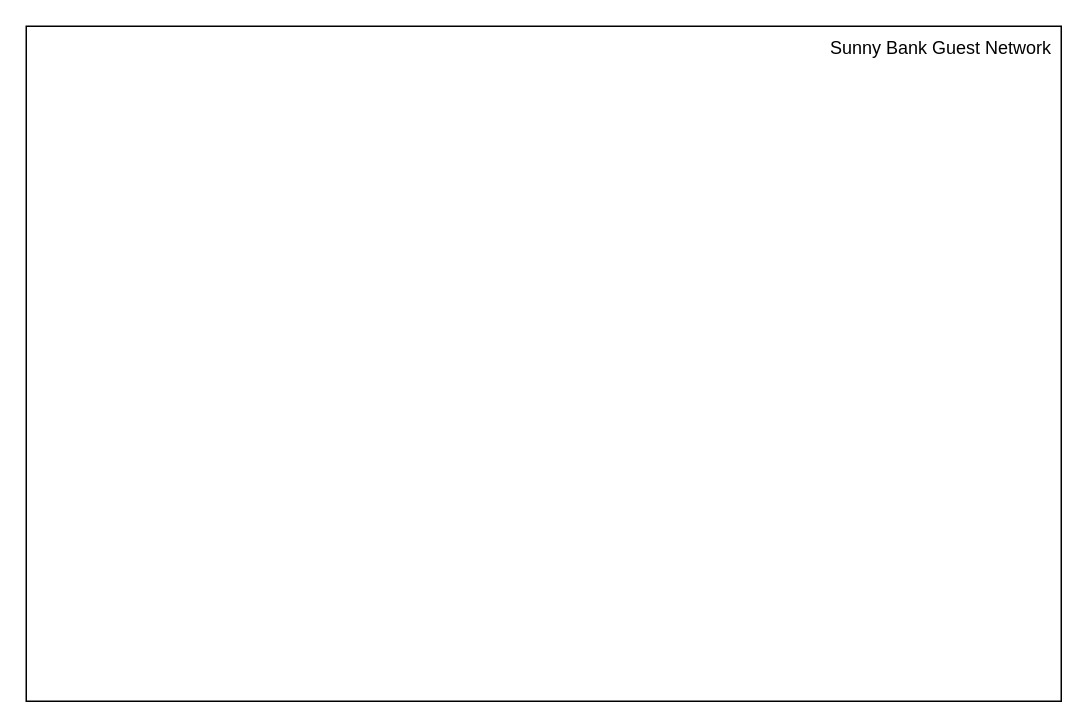
This is EnkoreSmartArch.drawio from kevin3747118/ALZK, a draw.io file, before an edit. Source tidied: cells renumbered, new cells numbered last; positions are measured from the earlier drawing's top-left corner, leaving out a move shared by most shapes. Both pictures are drawn from the tidied source at 150%, with x=0, y=0 at pixel (26, 26).
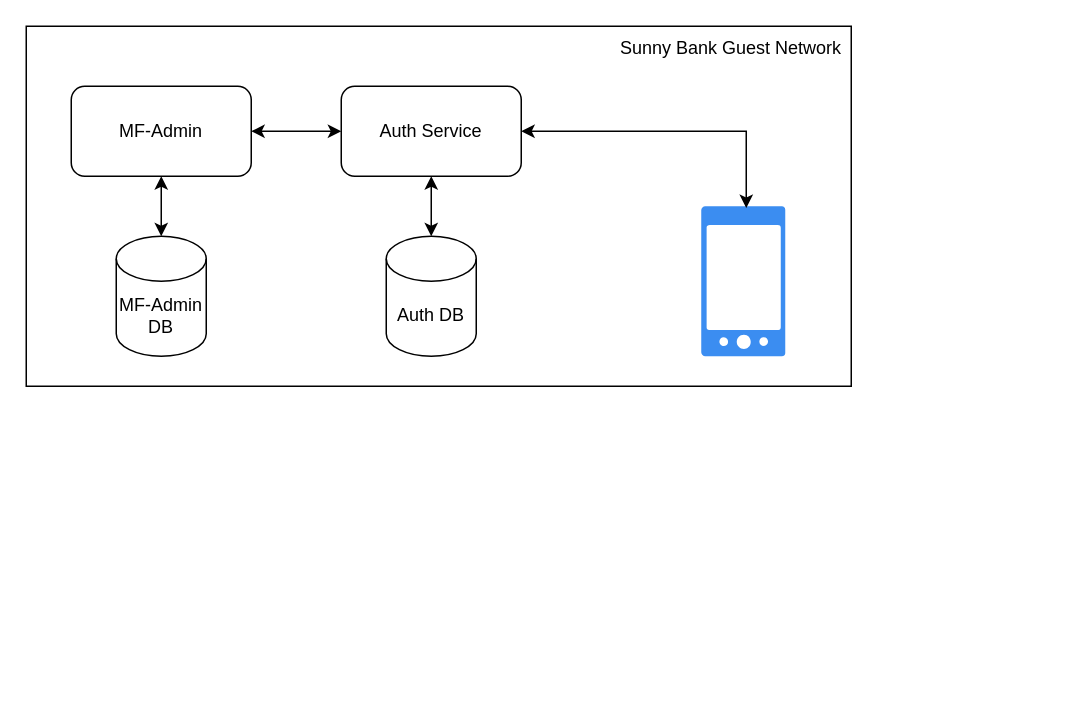
The same diagram, later.

Diff of the diagram source:
```diff
@@
 <mxGraphModel>
   <root>
     <mxCell id="0" />
     <mxCell id="1" parent="0" />
     <mxCell id="2" style="rounded=0;whiteSpace=wrap;html=1;" parent="1" vertex="1">
-      <mxGeometry width="690" height="450" as="geometry" />
+      <mxGeometry width="550" height="240" as="geometry" />
     </mxCell>
     <mxCell id="3" value="Sunny Bank Guest Network" style="text;html=1;align=center;verticalAlign=middle;whiteSpace=wrap;rounded=0;" parent="1" vertex="1">
-      <mxGeometry x="530" width="160" height="30" as="geometry" />
+      <mxGeometry x="390" width="160" height="30" as="geometry" />
     </mxCell>
+    <mxCell id="4" value="MF-Admin" style="rounded=1;whiteSpace=wrap;html=1;" parent="1" vertex="1">
+      <mxGeometry x="30" y="40" width="120" height="60" as="geometry" />
+    </mxCell>
+    <mxCell id="5" value="Auth Service" style="rounded=1;whiteSpace=wrap;html=1;" parent="1" vertex="1">
+      <mxGeometry x="210" y="40" width="120" height="60" as="geometry" />
+    </mxCell>
+    <mxCell id="6" value="MF-Admin DB" style="shape=cylinder3;whiteSpace=wrap;html=1;boundedLbl=1;backgroundOutline=1;size=15;" parent="1" vertex="1">
+      <mxGeometry x="60" y="140" width="60" height="80" as="geometry" />
+    </mxCell>
+    <mxCell id="7" value="Auth DB" style="shape=cylinder3;whiteSpace=wrap;html=1;boundedLbl=1;backgroundOutline=1;size=15;" parent="1" vertex="1">
+      <mxGeometry x="240" y="140" width="60" height="80" as="geometry" />
+    </mxCell>
+    <mxCell id="8" style="endArrow=classic;startArrow=classic;html=1;rounded=0;exitX=1;exitY=0.5;exitDx=0;exitDy=0;entryX=0;entryY=0.5;entryDx=0;entryDy=0;" parent="1" edge="1" source="4" target="5">
+      <mxGeometry relative="1" as="geometry" />
+    </mxCell>
+    <mxCell id="9" style="endArrow=classic;startArrow=classic;html=1;rounded=0;entryX=0.5;entryY=1;entryDx=0;entryDy=0;" parent="1" edge="1" source="7" target="5">
+      <mxGeometry relative="1" as="geometry" />
+    </mxCell>
+    <mxCell id="10" style="endArrow=classic;startArrow=classic;html=1;rounded=0;entryX=0.5;entryY=1;entryDx=0;entryDy=0;" parent="1" edge="1" source="6" target="4">
+      <mxGeometry relative="1" as="geometry" />
+    </mxCell>
+    <mxCell id="11" style="sketch=0;html=1;strokeColor=none;shadow=0;fillColor=#3B8DF1;verticalAlign=top;labelPosition=center;verticalLabelPosition=bottom;shape=mxgraph.gcp2.phone_android;" parent="1" vertex="1">
+      <mxGeometry x="450" y="120" width="56" height="100" as="geometry" />
+    </mxCell>
+    <mxCell id="12" style="endArrow=classic;startArrow=classic;html=1;rounded=0;entryX=0.536;entryY=0.012;entryDx=0;entryDy=0;entryPerimeter=0;" parent="1" edge="1" target="11">
+      <mxGeometry relative="1" as="geometry">
+        <mxPoint x="330" y="70" as="sourcePoint" />
+        <Array as="points">
+          <mxPoint x="480" y="70" />
+        </Array>
+      </mxGeometry>
+    </mxCell>
   </root>
 </mxGraphModel>
```
